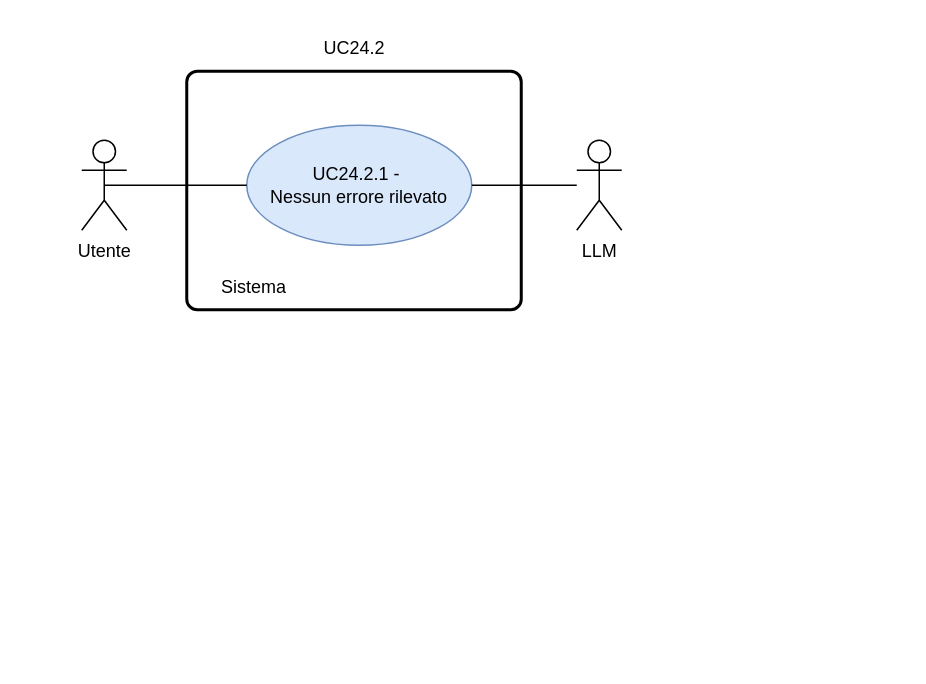
The draw.io diagram RTB/doc_esterna/analisi-dei-requisiti/assets/draw.io/UC24.2.1.drawio in thebitless-group-swe/thebitless.github.io, before the edit. Source tidied: cells renumbered, new cells numbered last; positions are measured from the earlier drawing's top-left corner, leaving out a move shared by most shapes. Both pictures are drawn from the tidied source at 150%, with x=0, y=0 at pixel (81, 26).
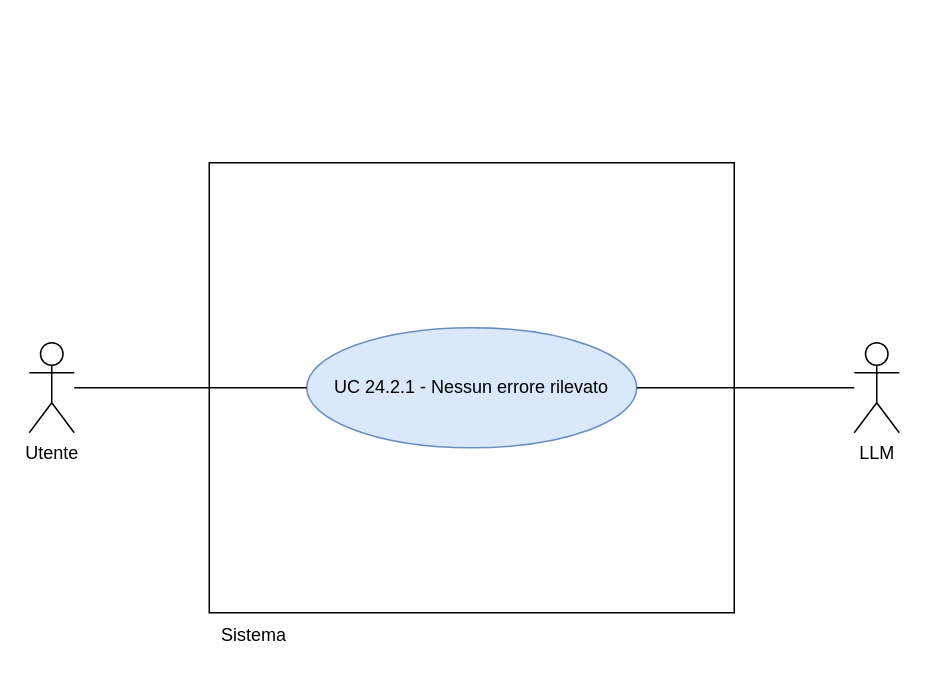
Above is the later version.

Change to the diagram source:
```diff
@@
 <mxGraphModel>
   <root>
     <mxCell id="0" />
     <mxCell id="1" parent="0" />
-    <mxCell id="2" style="rounded=1;whiteSpace=wrap;html=1;absoluteArcSize=1;arcSize=14;strokeWidth=2;" parent="1" vertex="1">
-      <mxGeometry x="70" y="30" width="223" height="159" as="geometry" />
-    </mxCell>
     <mxCell id="3" value="Utente" style="shape=umlActor;verticalLabelPosition=bottom;verticalAlign=top;html=1;outlineConnect=0;" parent="1" vertex="1">
-      <mxGeometry y="76" width="30" height="60" as="geometry" />
+      <mxGeometry x="-35" y="211" width="30" height="60" as="geometry" />
     </mxCell>
+    <mxCell id="9" value="LLM" style="shape=umlActor;verticalLabelPosition=bottom;verticalAlign=top;html=1;outlineConnect=0;" parent="1" vertex="1">
+      <mxGeometry x="515" y="211" width="30" height="60" as="geometry" />
+    </mxCell>
+    <mxCell id="10" style="whiteSpace=wrap;html=1;" parent="1" vertex="1">
+      <mxGeometry x="85" y="91" width="350" height="300" as="geometry" />
+    </mxCell>
     <mxCell id="4" value="Sistema" style="text;html=1;whiteSpace=wrap;strokeColor=none;fillColor=none;align=center;verticalAlign=middle;rounded=0;" parent="1" vertex="1">
-      <mxGeometry x="70" y="159" width="90" height="30" as="geometry" />
+      <mxGeometry x="85" y="391" width="60" height="30" as="geometry" />
     </mxCell>
-    <mxCell id="5" value="UC24.2.1 -&amp;nbsp;&lt;div&gt;Nessun errore rilevato&lt;/div&gt;" style="ellipse;whiteSpace=wrap;html=1;fillColor=#dae8fc;strokeColor=#6c8ebf;" parent="1" vertex="1">
-      <mxGeometry x="110" y="66" width="150" height="80" as="geometry" />
-    </mxCell>
-    <mxCell id="6" style="endArrow=none;html=1;rounded=0;exitX=0.5;exitY=0.5;exitDx=0;exitDy=0;exitPerimeter=0;entryX=0;entryY=0.5;entryDx=0;entryDy=0;" parent="1" edge="1" source="3" target="5">
-      <mxGeometry relative="1" as="geometry" />
-    </mxCell>
-    <mxCell id="7" value="UC24.2" style="text;html=1;whiteSpace=wrap;strokeColor=none;fillColor=none;align=center;verticalAlign=middle;rounded=0;" parent="1" vertex="1">
-      <mxGeometry x="151.5" width="60" height="30" as="geometry" />
-    </mxCell>
-    <mxCell id="8" style="edgeStyle=none;curved=1;rounded=0;jettySize=auto;html=1;fontSize=12;startSize=8;endSize=8;endArrow=none;endFill=0;" parent="1" edge="1" source="9" target="5">
-      <mxGeometry relative="1" as="geometry" />
-    </mxCell>
-    <mxCell id="9" value="LLM" style="shape=umlActor;verticalLabelPosition=bottom;verticalAlign=top;html=1;outlineConnect=0;" parent="1" vertex="1">
-      <mxGeometry x="330" y="76" width="30" height="60" as="geometry" />
-    </mxCell>
+    <mxCell id="11" value="UC 24.2.1 - Nessun errore rilevato" style="ellipse;whiteSpace=wrap;html=1;fillColor=#dae8fc;strokeColor=#6c8ebf;" parent="1" vertex="1">
+      <mxGeometry x="150" y="201" width="220" height="80" as="geometry" />
+    </mxCell>
+    <mxCell id="12" style="edgeStyle=none;rounded=0;jettySize=auto;html=1;endArrow=none;endFill=0;" parent="1" edge="1" source="3" target="11">
+      <mxGeometry relative="1" as="geometry" />
+    </mxCell>
+    <mxCell id="13" style="edgeStyle=none;rounded=0;jettySize=auto;html=1;endArrow=none;endFill=0;" parent="1" edge="1" source="9" target="11">
+      <mxGeometry relative="1" as="geometry" />
+    </mxCell>
   </root>
 </mxGraphModel>
```
